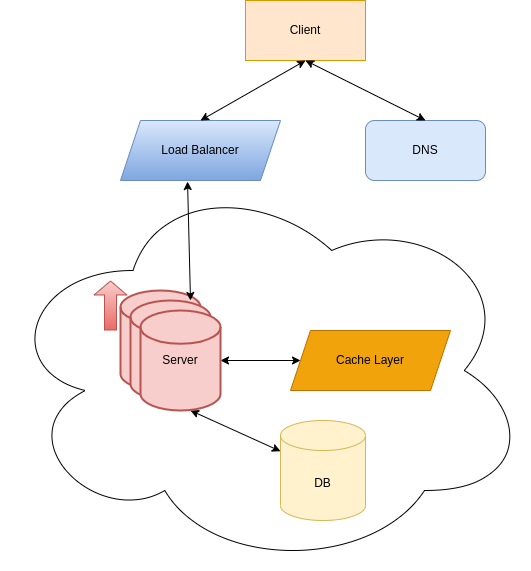
This is images/blogs/001/intermediate.png from hudavn/hudavn.github.io, a draw.io export, as it was before one commit. Source tidied: cells renumbered, new cells last; positions are measured from the earlier drawing's top-left corner, leaving out a move shared by most shapes. The source it was exported from:
```xml
<mxGraphModel>
  <root>
    <mxCell id="0" />
    <mxCell id="1" parent="0" />
    <mxCell id="2" value="Server" style="strokeWidth=2;html=1;shape=mxgraph.flowchart.database;whiteSpace=wrap;fillColor=#f8cecc;strokeColor=#b85450;" parent="1" vertex="1">
      <mxGeometry x="120" y="290" width="80" height="100" as="geometry" />
    </mxCell>
    <mxCell id="3" value="Client" style="rounded=0;whiteSpace=wrap;html=1;fillColor=#ffe6cc;strokeColor=#d79b00;" parent="1" vertex="1">
      <mxGeometry x="245" width="120" height="60" as="geometry" />
    </mxCell>
    <mxCell id="4" value="DNS" style="rounded=1;whiteSpace=wrap;html=1;fillColor=#dae8fc;strokeColor=#6c8ebf;" parent="1" vertex="1">
      <mxGeometry x="365" y="120" width="120" height="60" as="geometry" />
    </mxCell>
    <mxCell id="5" style="endArrow=classic;startArrow=classic;html=1;rounded=0;exitX=0.5;exitY=0;exitDx=0;exitDy=0;entryX=0.5;entryY=1;entryDx=0;entryDy=0;" parent="1" edge="1" source="4" target="3">
      <mxGeometry relative="1" as="geometry" />
    </mxCell>
    <mxCell id="6" value="DB" style="shape=cylinder3;whiteSpace=wrap;html=1;boundedLbl=1;backgroundOutline=1;size=15;fillColor=#fff2cc;strokeColor=#d6b656;" parent="1" vertex="1">
      <mxGeometry x="280" y="420" width="85" height="100" as="geometry" />
    </mxCell>
    <mxCell id="7" value="Load Balancer" style="shape=parallelogram;perimeter=parallelogramPerimeter;whiteSpace=wrap;html=1;fixedSize=1;fillColor=#dae8fc;strokeColor=#6c8ebf;gradientColor=#7ea6e0;" parent="1" vertex="1">
      <mxGeometry x="120" y="120" width="160" height="60" as="geometry" />
    </mxCell>
    <mxCell id="8" value="Cache Layer" style="shape=parallelogram;perimeter=parallelogramPerimeter;whiteSpace=wrap;html=1;fixedSize=1;fillColor=#f0a30a;strokeColor=#BD7000;fontColor=#000000;" parent="1" vertex="1">
      <mxGeometry x="290" y="330" width="160" height="60" as="geometry" />
    </mxCell>
    <mxCell id="9" style="endArrow=classic;startArrow=classic;html=1;rounded=0;entryX=0;entryY=0.5;entryDx=0;entryDy=0;" parent="1" edge="1" source="15" target="8">
      <mxGeometry relative="1" as="geometry" />
    </mxCell>
    <mxCell id="10" style="endArrow=classic;startArrow=classic;html=1;rounded=0;entryX=0.419;entryY=1.017;entryDx=0;entryDy=0;entryPerimeter=0;" parent="1" edge="1" target="7">
      <mxGeometry relative="1" as="geometry">
        <mxPoint x="190" y="300" as="sourcePoint" />
      </mxGeometry>
    </mxCell>
    <mxCell id="11" style="endArrow=classic;startArrow=classic;html=1;rounded=0;entryX=0.625;entryY=1;entryDx=0;entryDy=0;entryPerimeter=0;" parent="1" edge="1" source="6" target="15">
      <mxGeometry relative="1" as="geometry" />
    </mxCell>
    <mxCell id="12" style="endArrow=classic;startArrow=classic;html=1;rounded=0;exitX=0.5;exitY=1;exitDx=0;exitDy=0;entryX=0.5;entryY=0;entryDx=0;entryDy=0;" parent="1" edge="1" source="3" target="7">
      <mxGeometry relative="1" as="geometry" />
    </mxCell>
    <mxCell id="13" style="shape=flexArrow;endArrow=classic;html=1;rounded=0;fillColor=#f8cecc;strokeColor=#b85450;width=12;endSize=4.33;gradientColor=#ea6b66;" parent="1" edge="1">
      <mxGeometry relative="1" as="geometry">
        <mxPoint x="110" y="330" as="sourcePoint" />
        <mxPoint x="110" y="280" as="targetPoint" />
      </mxGeometry>
    </mxCell>
    <mxCell id="14" value="Server" style="strokeWidth=2;html=1;shape=mxgraph.flowchart.database;whiteSpace=wrap;fillColor=#f8cecc;strokeColor=#b85450;" parent="1" vertex="1">
      <mxGeometry x="130" y="300" width="80" height="100" as="geometry" />
    </mxCell>
    <mxCell id="15" value="Server" style="strokeWidth=2;html=1;shape=mxgraph.flowchart.database;whiteSpace=wrap;fillColor=#f8cecc;strokeColor=#b85450;" parent="1" vertex="1">
      <mxGeometry x="140" y="310" width="80" height="100" as="geometry" />
    </mxCell>
    <mxCell id="16" style="ellipse;shape=cloud;whiteSpace=wrap;html=1;fillColor=none;gradientColor=#ffffff;" parent="1" vertex="1">
      <mxGeometry y="170" width="530" height="400" as="geometry" />
    </mxCell>
  </root>
</mxGraphModel>
```
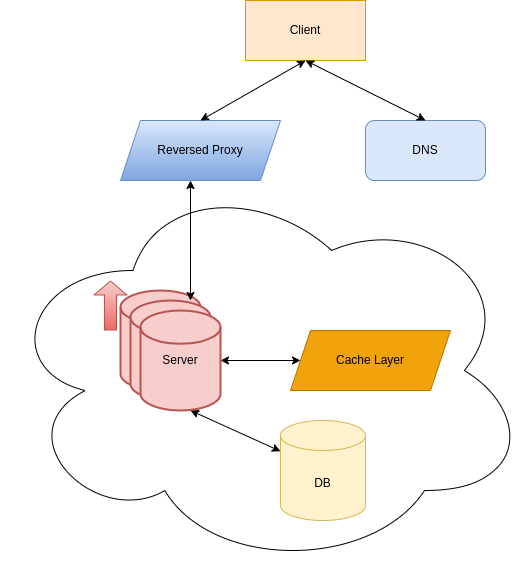
The same file after the commit.

Change to the diagram source:
```diff
@@ -17,7 +17,7 @@
     <mxCell id="6" value="DB" style="shape=cylinder3;whiteSpace=wrap;html=1;boundedLbl=1;backgroundOutline=1;size=15;fillColor=#fff2cc;strokeColor=#d6b656;" parent="1" vertex="1">
       <mxGeometry x="280" y="420" width="85" height="100" as="geometry" />
     </mxCell>
-    <mxCell id="7" value="Load Balancer" style="shape=parallelogram;perimeter=parallelogramPerimeter;whiteSpace=wrap;html=1;fixedSize=1;fillColor=#dae8fc;strokeColor=#6c8ebf;gradientColor=#7ea6e0;" parent="1" vertex="1">
+    <mxCell id="7" value="Reversed Proxy&lt;br&gt;" style="shape=parallelogram;perimeter=parallelogramPerimeter;whiteSpace=wrap;html=1;fixedSize=1;fillColor=#dae8fc;strokeColor=#6c8ebf;gradientColor=#7ea6e0;" parent="1" vertex="1">
       <mxGeometry x="120" y="120" width="160" height="60" as="geometry" />
     </mxCell>
     <mxCell id="8" value="Cache Layer" style="shape=parallelogram;perimeter=parallelogramPerimeter;whiteSpace=wrap;html=1;fixedSize=1;fillColor=#f0a30a;strokeColor=#BD7000;fontColor=#000000;" parent="1" vertex="1">
@@ -26,9 +26,10 @@
     <mxCell id="9" style="endArrow=classic;startArrow=classic;html=1;rounded=0;entryX=0;entryY=0.5;entryDx=0;entryDy=0;" parent="1" edge="1" source="15" target="8">
       <mxGeometry relative="1" as="geometry" />
     </mxCell>
-    <mxCell id="10" style="endArrow=classic;startArrow=classic;html=1;rounded=0;entryX=0.419;entryY=1.017;entryDx=0;entryDy=0;entryPerimeter=0;" parent="1" edge="1" target="7">
+    <mxCell id="10" style="endArrow=classic;startArrow=classic;html=1;rounded=0;" parent="1" edge="1">
       <mxGeometry relative="1" as="geometry">
         <mxPoint x="190" y="300" as="sourcePoint" />
+        <mxPoint x="190" y="180" as="targetPoint" />
       </mxGeometry>
     </mxCell>
     <mxCell id="11" style="endArrow=classic;startArrow=classic;html=1;rounded=0;entryX=0.625;entryY=1;entryDx=0;entryDy=0;entryPerimeter=0;" parent="1" edge="1" source="6" target="15">
```
